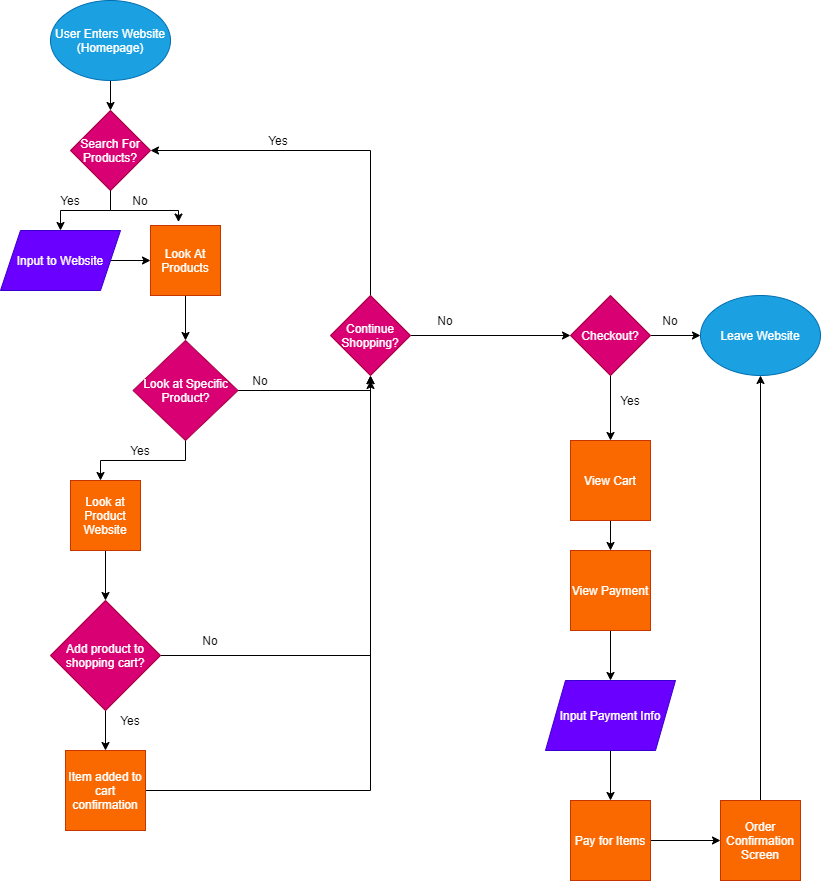
The draw.io diagram part2/part2.drawio.png in kimtienvu/wi21-cse110-lab4, before a commit. Source tidied: cells renumbered, new cells last; positions are measured from the earlier drawing's top-left corner, leaving out a move shared by most shapes.
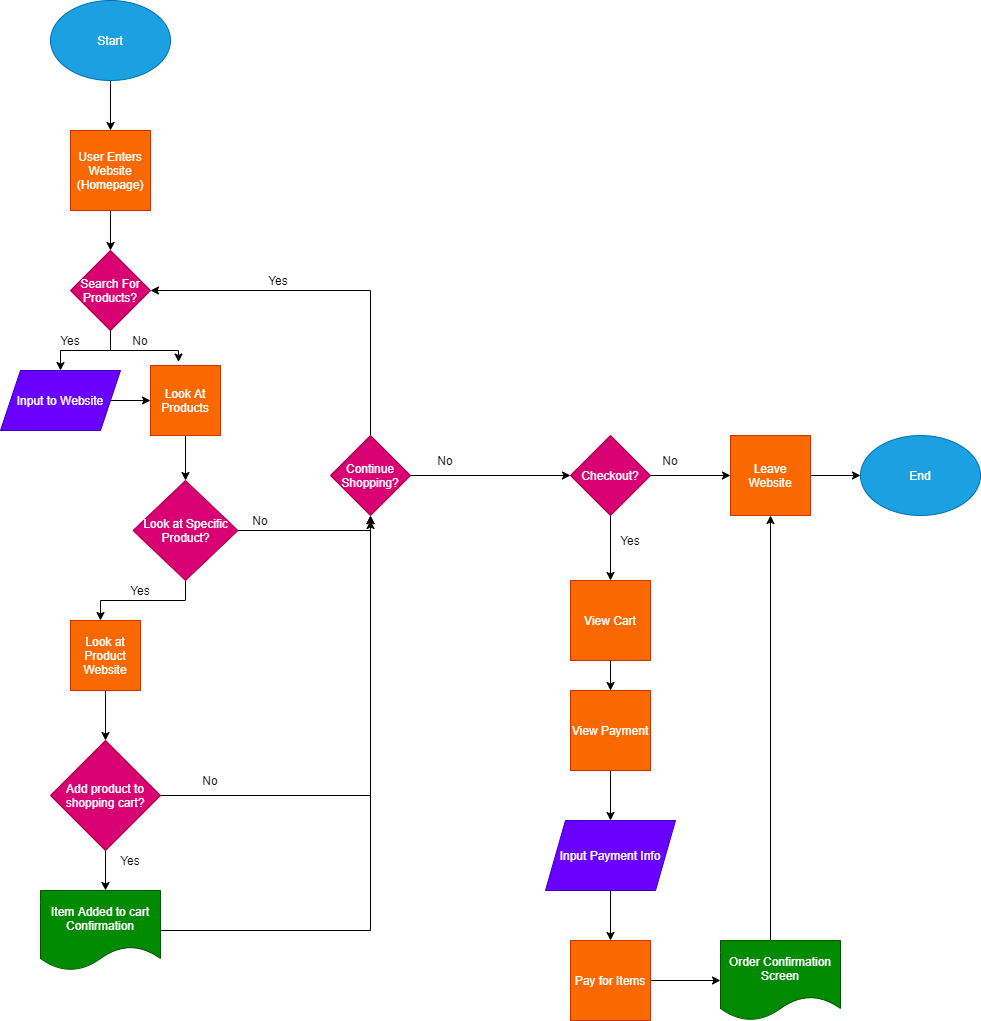
The same file after the commit.

Change to the diagram source:
```diff
@@ -2,11 +2,11 @@
   <root>
     <mxCell id="0" />
     <mxCell id="1" parent="0" />
-    <mxCell id="2" style="edgeStyle=orthogonalEdgeStyle;rounded=0;jettySize=auto;html=1;entryX=0.5;entryY=0;entryDx=0;entryDy=0;" parent="1" edge="1" source="3" target="5">
-      <mxGeometry relative="1" as="geometry" />
-    </mxCell>
+    <mxCell id="48" style="edgeStyle=orthogonalEdgeStyle;rounded=0;jettySize=auto;html=1;exitX=0.5;exitY=1;exitDx=0;exitDy=0;" parent="1" edge="1" source="3" target="51">
+      <mxGeometry relative="1" as="geometry" />
+    </mxCell>
-    <mxCell id="3" value="User Enters Website (Homepage)" style="ellipse;whiteSpace=wrap;html=1;fillColor=#1ba1e2;strokeColor=#006EAF;fontColor=#ffffff;" parent="1" vertex="1">
-      <mxGeometry x="50" width="120" height="80" as="geometry" />
+    <mxCell id="3" value="Start" style="ellipse;whiteSpace=wrap;html=1;fillColor=#1ba1e2;strokeColor=#006EAF;fontColor=#ffffff;" parent="1" vertex="1">
+      <mxGeometry x="50" y="-140" width="120" height="80" as="geometry" />
     </mxCell>
     <mxCell id="4" style="edgeStyle=orthogonalEdgeStyle;rounded=0;jettySize=auto;html=1;exitX=0.5;exitY=1;exitDx=0;exitDy=0;entryX=0.5;entryY=0;entryDx=0;entryDy=0;" parent="1" edge="1" source="5" target="10">
       <mxGeometry relative="1" as="geometry" />
@@ -98,12 +98,12 @@
         <mxGeometry x="405" y="310" width="80" height="20" as="geometry" />
       </mxCell>
     </object>
-    <mxCell id="25" style="edgeStyle=orthogonalEdgeStyle;rounded=0;jettySize=auto;html=1;exitX=1;exitY=0.5;exitDx=0;exitDy=0;entryX=0;entryY=0.5;entryDx=0;entryDy=0;" parent="1" edge="1" source="27" target="29">
-      <mxGeometry relative="1" as="geometry" />
-    </mxCell>
     <mxCell id="26" style="edgeStyle=orthogonalEdgeStyle;rounded=0;jettySize=auto;html=1;exitX=0.5;exitY=1;exitDx=0;exitDy=0;" parent="1" edge="1" source="27" target="31">
       <mxGeometry relative="1" as="geometry" />
     </mxCell>
+    <mxCell id="49" style="edgeStyle=orthogonalEdgeStyle;rounded=0;jettySize=auto;html=1;entryX=0;entryY=0.5;entryDx=0;entryDy=0;" parent="1" edge="1" source="27" target="54">
+      <mxGeometry relative="1" as="geometry" />
+    </mxCell>
     <mxCell id="27" value="Checkout?" style="rhombus;whiteSpace=wrap;html=1;rounded=0;fillColor=#d80073;strokeColor=#A50040;fontColor=#ffffff;" parent="1" vertex="1">
       <mxGeometry x="570" y="295" width="80" height="80" as="geometry" />
     </mxCell>
@@ -112,8 +112,8 @@
         <mxGeometry x="630" y="310" width="80" height="20" as="geometry" />
       </mxCell>
     </object>
-    <mxCell id="29" value="Leave Website" style="ellipse;whiteSpace=wrap;html=1;rounded=0;fillColor=#1ba1e2;strokeColor=#006EAF;fontColor=#ffffff;" parent="1" vertex="1">
-      <mxGeometry x="700" y="295" width="120" height="80" as="geometry" />
+    <mxCell id="29" value="End" style="ellipse;whiteSpace=wrap;html=1;rounded=0;fillColor=#1ba1e2;strokeColor=#006EAF;fontColor=#ffffff;" parent="1" vertex="1">
+      <mxGeometry x="860" y="295" width="120" height="80" as="geometry" />
     </mxCell>
     <mxCell id="30" style="edgeStyle=orthogonalEdgeStyle;rounded=0;jettySize=auto;html=1;exitX=0.5;exitY=1;exitDx=0;exitDy=0;" parent="1" edge="1" source="31" target="36">
       <mxGeometry relative="1" as="geometry" />
@@ -138,25 +138,31 @@
     <mxCell id="36" value="View Payment" style="whiteSpace=wrap;html=1;rounded=0;fillColor=#fa6800;strokeColor=#C73500;fontColor=#ffffff;" parent="1" vertex="1">
       <mxGeometry x="570" y="550" width="80" height="80" as="geometry" />
     </mxCell>
-    <mxCell id="37" style="edgeStyle=orthogonalEdgeStyle;rounded=0;jettySize=auto;html=1;exitX=1;exitY=0.5;exitDx=0;exitDy=0;entryX=0;entryY=0.5;entryDx=0;entryDy=0;" parent="1" edge="1" source="38" target="40">
-      <mxGeometry relative="1" as="geometry" />
+    <mxCell id="37" style="edgeStyle=orthogonalEdgeStyle;rounded=0;jettySize=auto;html=1;exitX=1;exitY=0.5;exitDx=0;exitDy=0;entryX=0;entryY=0.5;entryDx=0;entryDy=0;" parent="1" edge="1" source="38">
+      <mxGeometry relative="1" as="geometry">
+        <mxPoint x="720" y="840" as="targetPoint" />
+      </mxGeometry>
     </mxCell>
     <mxCell id="38" value="Pay for Items" style="whiteSpace=wrap;html=1;rounded=0;fillColor=#fa6800;strokeColor=#C73500;fontColor=#ffffff;" parent="1" vertex="1">
       <mxGeometry x="570" y="800" width="80" height="80" as="geometry" />
     </mxCell>
-    <mxCell id="39" style="edgeStyle=orthogonalEdgeStyle;rounded=0;jettySize=auto;html=1;exitX=0.5;exitY=0;exitDx=0;exitDy=0;entryX=0.5;entryY=1;entryDx=0;entryDy=0;" parent="1" edge="1" source="40" target="29">
-      <mxGeometry relative="1" as="geometry" />
+    <mxCell id="39" style="edgeStyle=orthogonalEdgeStyle;rounded=0;jettySize=auto;html=1;exitX=0.5;exitY=0;exitDx=0;exitDy=0;entryX=0.5;entryY=1;entryDx=0;entryDy=0;" parent="1" edge="1" target="54">
+      <mxGeometry relative="1" as="geometry">
+        <mxPoint x="760" y="800" as="sourcePoint" />
+        <Array as="points">
+          <mxPoint x="770" y="800" />
+        </Array>
+      </mxGeometry>
     </mxCell>
-    <mxCell id="40" value="Order Confirmation Screen" style="whiteSpace=wrap;html=1;rounded=0;fillColor=#fa6800;strokeColor=#C73500;fontColor=#ffffff;" parent="1" vertex="1">
-      <mxGeometry x="720" y="800" width="80" height="80" as="geometry" />
-    </mxCell>
     <mxCell id="41" style="edgeStyle=orthogonalEdgeStyle;rounded=0;jettySize=auto;html=1;exitX=1;exitY=0.5;exitDx=0;exitDy=0;" parent="1" edge="1" source="43">
       <mxGeometry relative="1" as="geometry">
         <mxPoint x="370" y="380" as="targetPoint" />
       </mxGeometry>
     </mxCell>
-    <mxCell id="42" style="edgeStyle=orthogonalEdgeStyle;rounded=0;jettySize=auto;html=1;exitX=0.5;exitY=1;exitDx=0;exitDy=0;entryX=0.5;entryY=0;entryDx=0;entryDy=0;" parent="1" edge="1" source="43" target="47">
-      <mxGeometry relative="1" as="geometry" />
+    <mxCell id="42" style="edgeStyle=orthogonalEdgeStyle;rounded=0;jettySize=auto;html=1;exitX=0.5;exitY=1;exitDx=0;exitDy=0;entryX=0.5;entryY=0;entryDx=0;entryDy=0;" parent="1" edge="1" source="43">
+      <mxGeometry relative="1" as="geometry">
+        <mxPoint x="105" y="750" as="targetPoint" />
+      </mxGeometry>
     </mxCell>
     <mxCell id="43" value="Add product to shopping cart?" style="rhombus;whiteSpace=wrap;html=1;rounded=0;fillColor=#d80073;strokeColor=#A50040;fontColor=#ffffff;" parent="1" vertex="1">
       <mxGeometry x="50" y="600" width="110" height="110" as="geometry" />
@@ -171,13 +177,29 @@
         <mxGeometry x="90" y="710" width="80" height="20" as="geometry" />
       </mxCell>
     </object>
-    <mxCell id="46" style="edgeStyle=orthogonalEdgeStyle;rounded=0;jettySize=auto;html=1;exitX=1;exitY=0.5;exitDx=0;exitDy=0;" parent="1" edge="1" source="47">
+    <mxCell id="46" style="edgeStyle=orthogonalEdgeStyle;rounded=0;orthogonalLoop=1;jettySize=auto;html=1;exitX=1;exitY=0.5;exitDx=0;exitDy=0;" parent="1" edge="1">
       <mxGeometry relative="1" as="geometry">
+        <mxPoint x="145" y="790" as="sourcePoint" />
         <mxPoint x="370" y="375.2" as="targetPoint" />
       </mxGeometry>
     </mxCell>
-    <mxCell id="47" value="Item added to cart confirmation" style="whiteSpace=wrap;html=1;rounded=0;fillColor=#fa6800;strokeColor=#C73500;fontColor=#ffffff;" parent="1" vertex="1">
-      <mxGeometry x="65" y="750" width="80" height="80" as="geometry" />
-    </mxCell>
+    <mxCell id="50" style="edgeStyle=orthogonalEdgeStyle;rounded=0;jettySize=auto;html=1;entryX=0.5;entryY=0;entryDx=0;entryDy=0;" parent="1" edge="1" source="51" target="5">
+      <mxGeometry relative="1" as="geometry" />
+    </mxCell>
+    <mxCell id="51" value="User Enters Website (Homepage)" style="whiteSpace=wrap;html=1;fillColor=#fa6800;strokeColor=#C73500;fontColor=#ffffff;" parent="1" vertex="1">
+      <mxGeometry x="70" y="-10" width="80" height="80" as="geometry" />
+    </mxCell>
+    <mxCell id="52" value="Item Added to cart Confirmation" style="shape=document;whiteSpace=wrap;html=1;boundedLbl=1;fillColor=#008a00;strokeColor=#005700;fontColor=#ffffff;" parent="1" vertex="1">
+      <mxGeometry x="40" y="750" width="120" height="80" as="geometry" />
+    </mxCell>
+    <mxCell id="40" value="Order Confirmation Screen" style="shape=document;whiteSpace=wrap;html=1;boundedLbl=1;fillColor=#008a00;strokeColor=#005700;fontColor=#ffffff;" parent="1" vertex="1">
+      <mxGeometry x="720" y="800" width="120" height="80" as="geometry" />
+    </mxCell>
+    <mxCell id="53" style="edgeStyle=orthogonalEdgeStyle;rounded=0;jettySize=auto;html=1;exitX=1;exitY=0.5;exitDx=0;exitDy=0;entryX=0;entryY=0.5;entryDx=0;entryDy=0;" parent="1" edge="1" source="54" target="29">
+      <mxGeometry relative="1" as="geometry" />
+    </mxCell>
+    <mxCell id="54" value="Leave Website" style="whiteSpace=wrap;html=1;rounded=0;fillColor=#fa6800;strokeColor=#C73500;fontColor=#ffffff;" parent="1" vertex="1">
+      <mxGeometry x="730" y="295" width="80" height="80" as="geometry" />
+    </mxCell>
   </root>
 </mxGraphModel>
```
